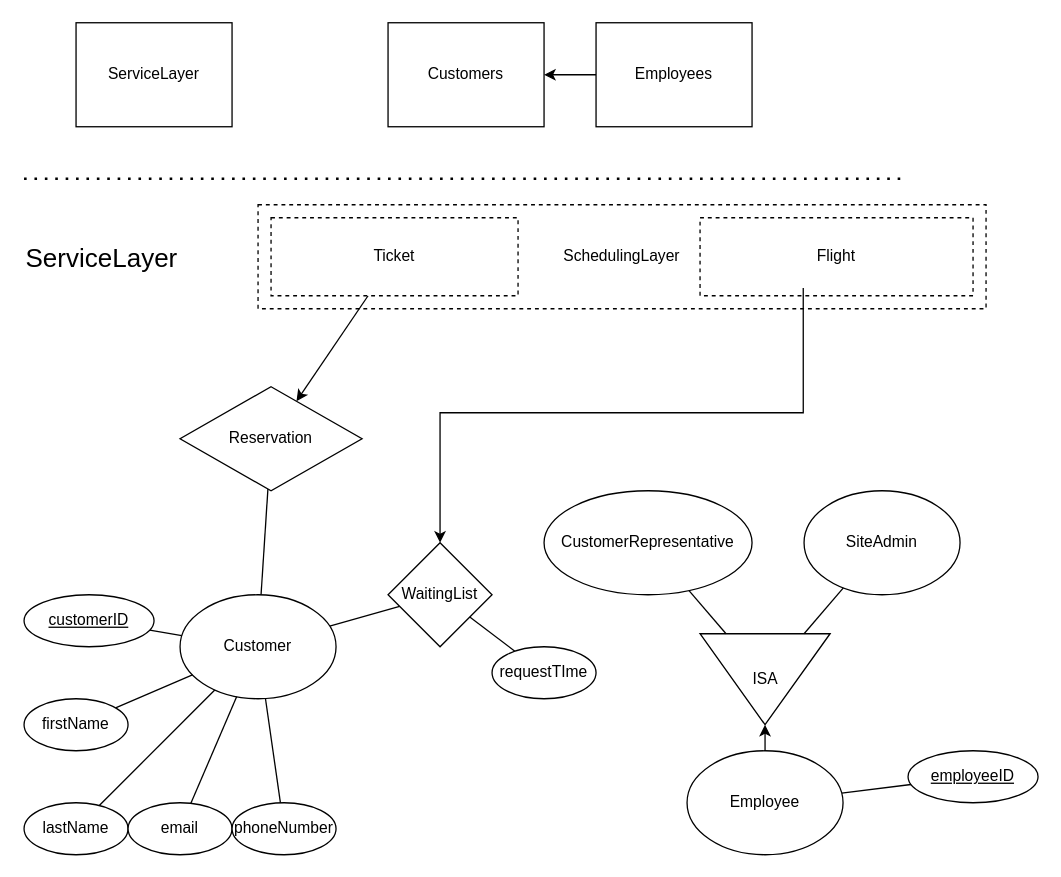
Earlier version of the draw.io diagram page "ServiceLayer" (5 of 5) of ERDiagram.drawio (kyle4036/DatabaseManagement2026Project1). Source tidied: cells renumbered, new cells numbered last; positions are measured from the earlier drawing's top-left corner, leaving out a move shared by most shapes. Both pictures are drawn from the tidied source at 130%, with x=0, y=0 at pixel (23, 22).
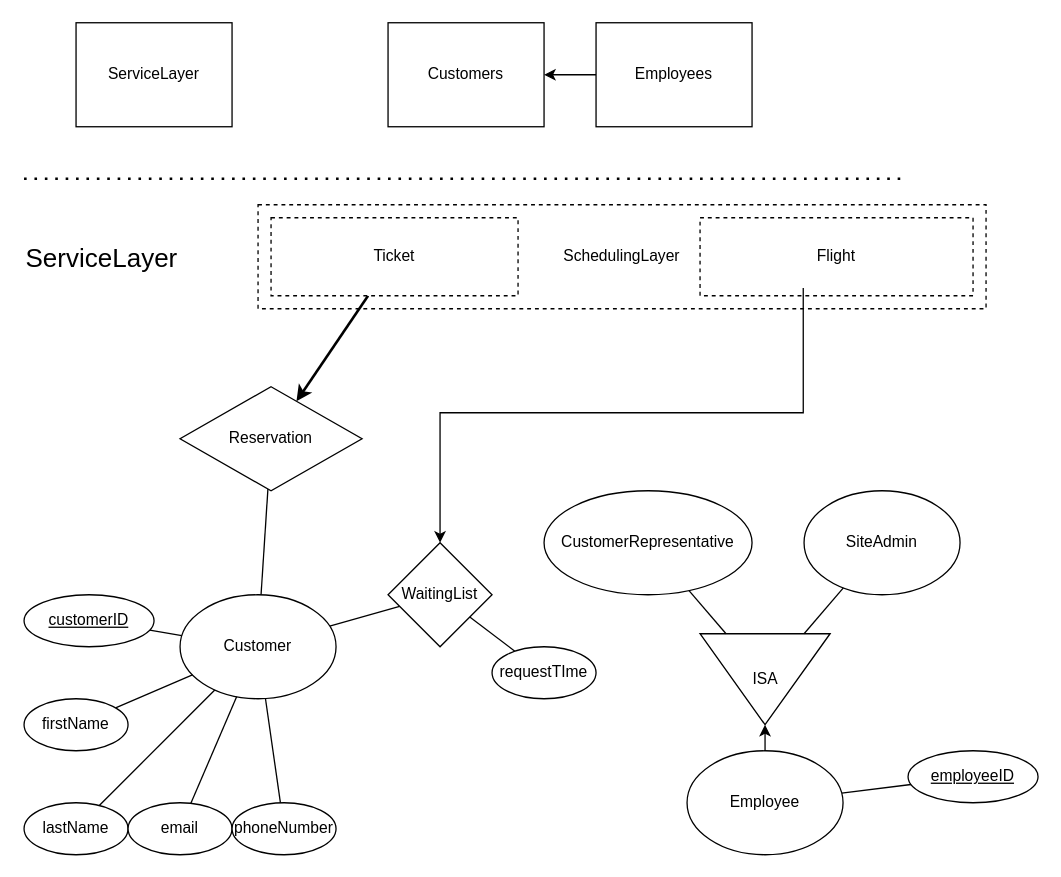
The same diagram, later.

The change refers to these unchanged cells:
```xml
<mxCell id="25" value="&lt;span style=&quot;background-color: transparent; color: light-dark(rgb(0, 0, 0), rgb(255, 255, 255));&quot;&gt;Reservation&lt;/span&gt;" style="rhombus;whiteSpace=wrap;html=1;" parent="1" vertex="1">
  <mxGeometry x="120" y="280" width="140" height="80" as="geometry" />
</mxCell>
<mxCell id="26" value="Ticket" style="rounded=0;whiteSpace=wrap;html=1;dashed=1;" parent="1" vertex="1">
  <mxGeometry x="190" y="150" width="190" height="60" as="geometry" />
</mxCell>
```

Diff of the diagram source:
```diff
@@
-    <mxCell id="24" style="rounded=0;jettySize=auto;html=1;endArrow=none;endFill=0;startArrow=classic;startFill=1;" parent="1" edge="1" source="25" target="26">
+    <mxCell id="24" style="rounded=0;jettySize=auto;html=1;endArrow=none;endFill=0;startArrow=classic;startFill=1;strokeWidth=2;" parent="1" edge="1" source="25" target="26">
       <mxGeometry relative="1" as="geometry" />
     </mxCell>
```
